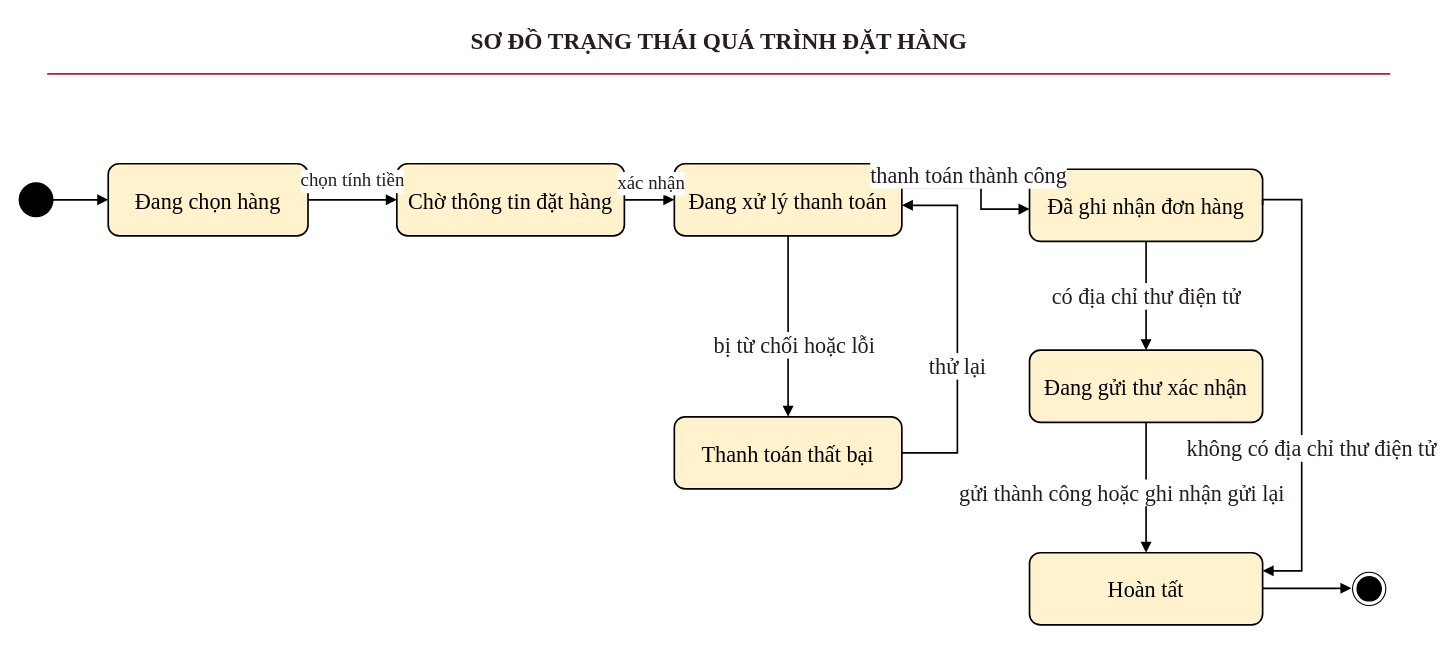
Earlier version of the draw.io diagram page "02 Trạng thái đặt hàng" (2 of 6) of LAB_AT_OOSD/LAB04/ThietKe/PhamMInhGiang-12DHCNPM1-ThietKeLab04.drawio (1250080044-PhamMinhGiang-12DHCNPM1/OOP-Lab). Source tidied: cells renumbered, new cells numbered last; positions are measured from the earlier drawing's top-left corner, leaving out a move shared by most shapes. Both pictures are drawn from the tidied source at 111%, with x=0, y=0 at pixel (19, 19).
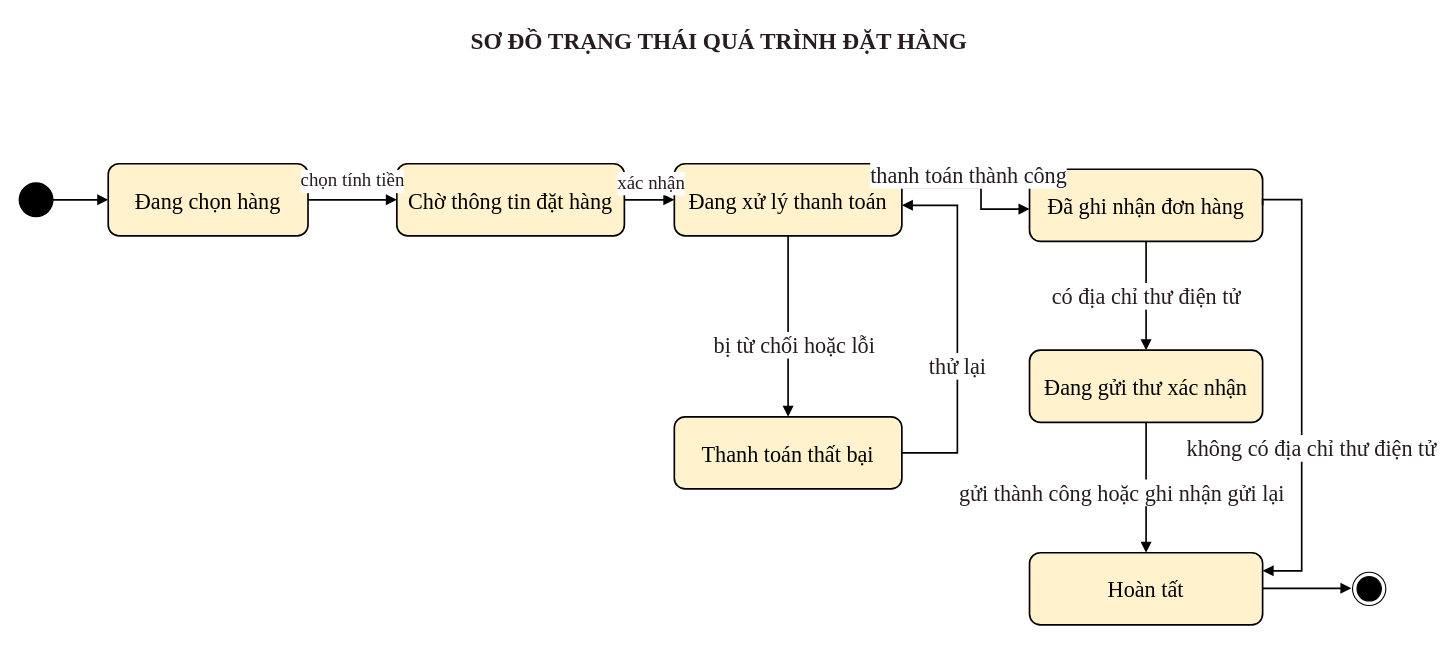
The same diagram, later.

Diff of the diagram source:
```diff
@@
-    <mxCell id="21" style="edgeStyle=none;html=1;strokeColor=#BD174F;strokeWidth=1.5;endArrow=none;fontFamily=Times New Roman;fontColor=#271C20;labelBackgroundColor=#FFFFFF;fontSize=13;" parent="1" edge="1">
-      <mxGeometry relative="1" as="geometry">
-        <mxPoint x="25" y="49" as="sourcePoint" />
-        <mxPoint x="1235" y="49" as="targetPoint" />
-      </mxGeometry>
-    </mxCell>
```
